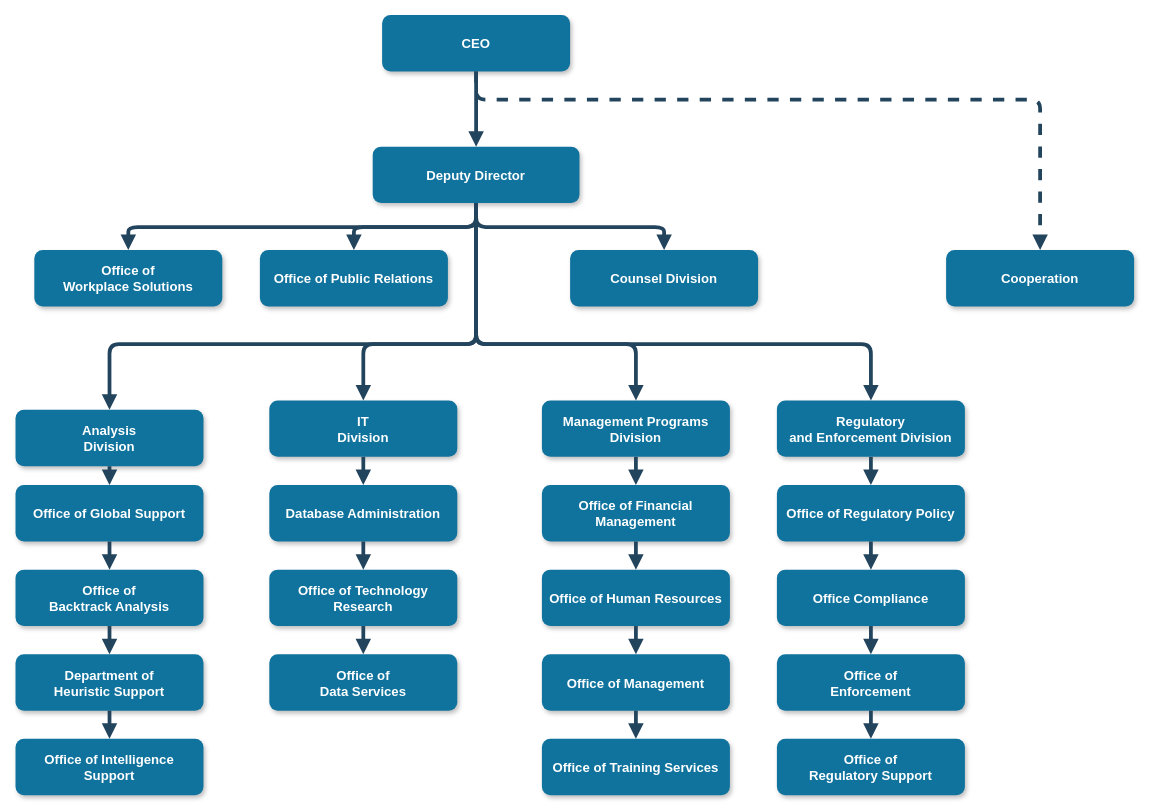
Above: Managment structure.drawio in obrsk/draw-svg (draw.io), before the change. Source tidied: cells renumbered, new cells numbered last; positions are measured from the earlier drawing's top-left corner, leaving out a move shared by most shapes. Both pictures are drawn from the tidied source at 94%, with x=0, y=0 at pixel (15, 15).
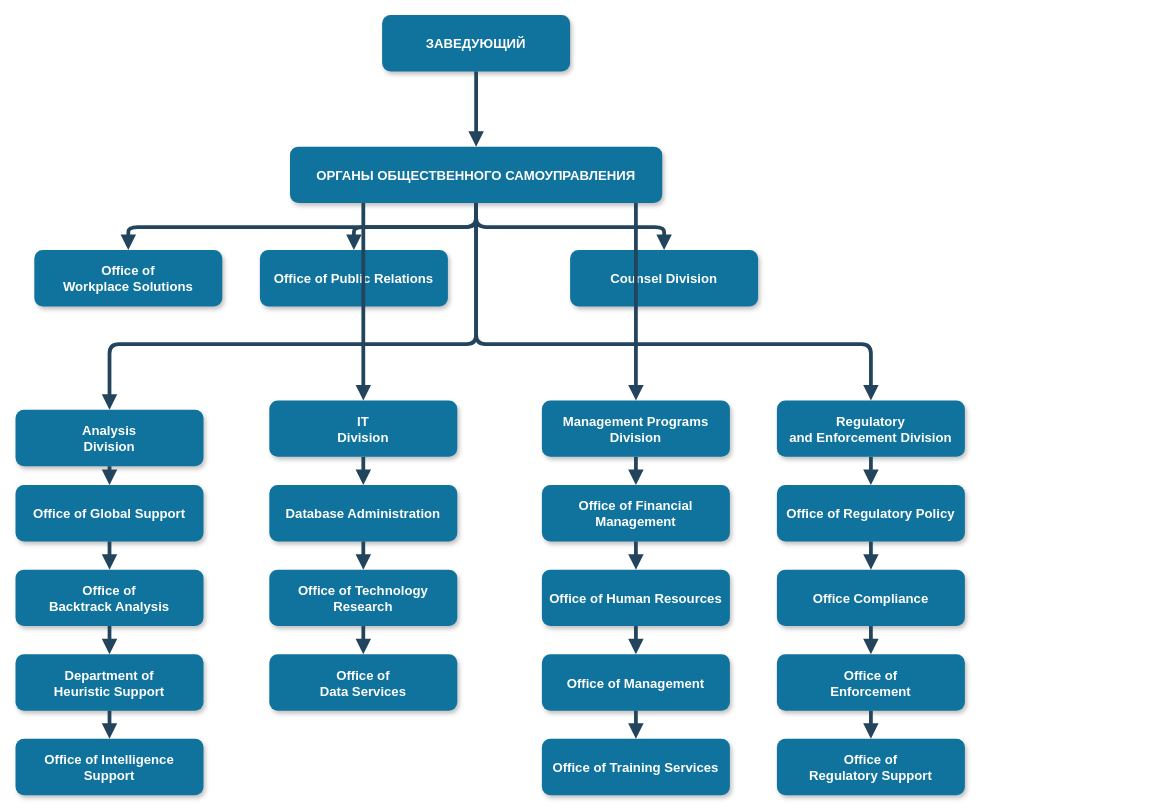
The same diagram, later.

Diff of the diagram source:
```diff
@@
-    <mxCell id="2" value="CEO" style="rounded=1;fillColor=#10739E;strokeColor=none;shadow=1;gradientColor=none;fontStyle=1;fontColor=#FFFFFF;fontSize=14;" parent="1" vertex="1">
+    <mxCell id="2" value="ЗАВЕДУЮЩИЙ" style="rounded=1;fillColor=#10739E;strokeColor=none;shadow=1;gradientColor=none;fontStyle=1;fontColor=#FFFFFF;fontSize=14;" parent="1" vertex="1">
       <mxGeometry x="390" y="-0.5" width="200" height="60" as="geometry" />
     </mxCell>
-    <mxCell id="3" value="Deputy Director" style="rounded=1;fillColor=#10739E;strokeColor=none;shadow=1;gradientColor=none;fontStyle=1;fontColor=#FFFFFF;fontSize=14;" parent="1" vertex="1">
-      <mxGeometry x="380" y="139.5" width="220" height="60" as="geometry" />
+    <mxCell id="3" value="ОРГАНЫ ОБЩЕСТВЕННОГО САМОУПРАВЛЕНИЯ" style="rounded=1;fillColor=#10739E;strokeColor=none;shadow=1;gradientColor=none;fontStyle=1;fontColor=#FFFFFF;fontSize=14;" parent="1" vertex="1">
+      <mxGeometry x="292" y="139.5" width="396" height="60" as="geometry" />
     </mxCell>
@@
-    <mxCell id="7" value="Cooperation" style="rounded=1;fillColor=#10739E;strokeColor=none;shadow=1;gradientColor=none;fontStyle=1;fontColor=#FFFFFF;fontSize=14;" parent="1" vertex="1">
-      <mxGeometry x="990" y="249.5" width="200" height="60" as="geometry" />
-    </mxCell>
@@
-    <mxCell id="31" style="edgeStyle=elbowEdgeStyle;elbow=vertical;strokeWidth=4;endArrow=block;endFill=1;fontStyle=1;dashed=1;strokeColor=#23445D;" parent="1" edge="1" source="2" target="7">
-      <mxGeometry x="22" y="165.5" as="geometry">
-        <Array as="points">
-          <mxPoint x="780" y="89.5" />
-        </Array>
-      </mxGeometry>
-    </mxCell>
```
